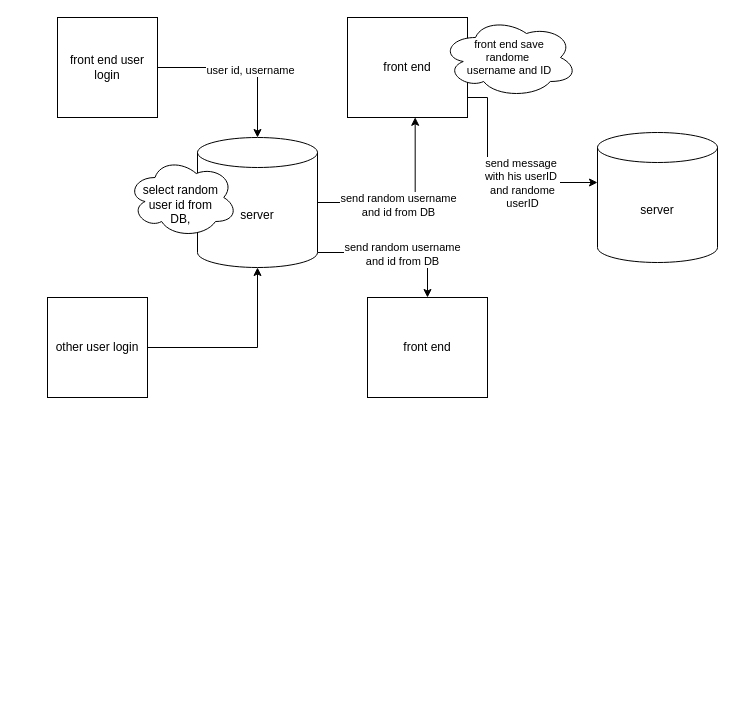
Earlier version of the draw.io diagram Untitled Diagram.drawio (rohitsx/omegle-clone). Source tidied: cells renumbered, new cells numbered last; positions are measured from the earlier drawing's top-left corner, leaving out a move shared by most shapes. Both pictures are drawn from the tidied source at 100%, with x=0, y=0 at pixel (47, 17).
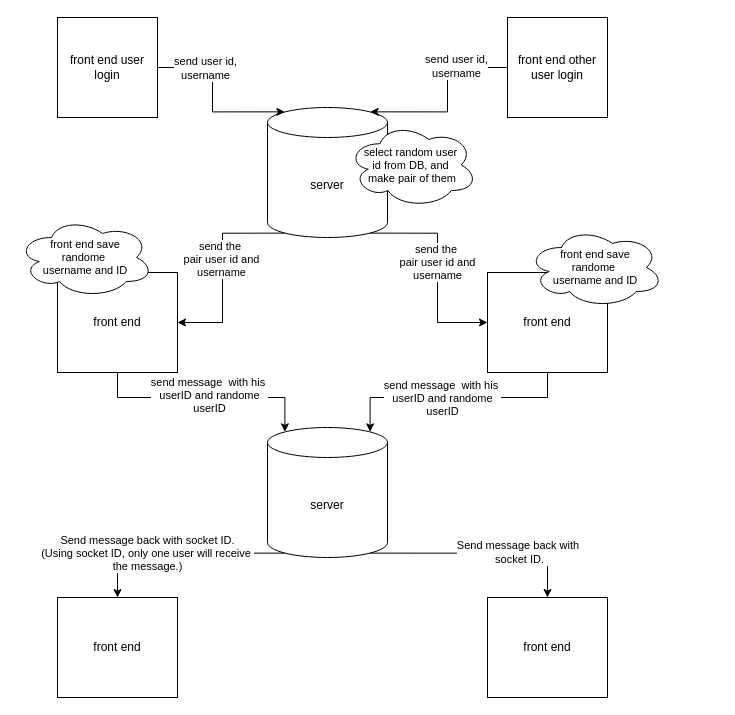
After the change.

Commit message:
completed the design for private message on system_design.drawio

The change refers to these unchanged cells:
```xml
<mxCell id="4" value="front end user login" style="whiteSpace=wrap;html=1;" parent="1" vertex="1">
  <mxGeometry x="10" width="100" height="100" as="geometry" />
</mxCell>
```

Change to the diagram source:
```diff
@@
-    <mxCell id="2" style="edgeStyle=orthogonalEdgeStyle;rounded=0;jettySize=auto;html=1;" parent="1" edge="1" source="4" target="7">
-      <mxGeometry relative="1" as="geometry" />
-    </mxCell>
-    <mxCell id="3" value="user id, username" style="edgeLabel;html=1;align=center;verticalAlign=middle;" parent="2" vertex="1">
-      <mxGeometry x="0.08" y="-2" relative="1" as="geometry" />
-    </mxCell>
@@
+    <mxCell id="12" style="edgeStyle=orthogonalEdgeStyle;rounded=0;jettySize=auto;html=1;exitX=0.145;exitY=1;exitDx=0;exitDy=-4.35;exitPerimeter=0;entryX=1;entryY=0.5;entryDx=0;entryDy=0;" parent="1" edge="1" source="7" target="11">
+      <mxGeometry relative="1" as="geometry" />
+    </mxCell>
+    <mxCell id="19" style="edgeLabel;html=1;align=center;verticalAlign=middle;" parent="12" vertex="1">
+      <mxGeometry x="-0.08" y="-1" relative="1" as="geometry" />
+    </mxCell>
+    <mxCell id="20" value="send the&amp;nbsp;&lt;div&gt;pair user id and&lt;/div&gt;&lt;div&gt;username&lt;/div&gt;" style="edgeLabel;html=1;align=center;verticalAlign=middle;" parent="12" vertex="1">
+      <mxGeometry x="-0.11" y="-2" relative="1" as="geometry" />
+    </mxCell>
-    <mxCell id="5" style="edgeStyle=orthogonalEdgeStyle;rounded=0;jettySize=auto;html=1;exitX=1;exitY=1;exitDx=0;exitDy=-15;exitPerimeter=0;" parent="1" edge="1" source="7" target="18">
+    <mxCell id="5" style="edgeStyle=orthogonalEdgeStyle;rounded=0;jettySize=auto;html=1;exitX=0.855;exitY=1;exitDx=0;exitDy=-4.35;exitPerimeter=0;entryX=0;entryY=0.5;entryDx=0;entryDy=0;" parent="1" edge="1" source="7" target="18">
       <mxGeometry relative="1" as="geometry" />
     </mxCell>
-    <mxCell id="6" value="send random username&lt;div&gt;and id from DB&lt;/div&gt;" style="edgeLabel;html=1;align=center;verticalAlign=middle;" parent="5" vertex="1">
-      <mxGeometry x="0.08" y="-1" relative="1" as="geometry" />
-    </mxCell>
+    <mxCell id="21" style="edgeLabel;html=1;align=center;verticalAlign=middle;" parent="5" vertex="1">
+      <mxGeometry x="0.07" y="-1" relative="1" as="geometry" />
+    </mxCell>
+    <mxCell id="22" value="send the&amp;nbsp;&lt;div&gt;pair user id and&lt;/div&gt;&lt;div&gt;username&lt;/div&gt;" style="edgeLabel;html=1;align=center;verticalAlign=middle;" parent="5" vertex="1">
+      <mxGeometry x="-0.07" y="-1" relative="1" as="geometry" />
+    </mxCell>
     <mxCell id="7" value="server" style="shape=cylinder3;whiteSpace=wrap;html=1;boundedLbl=1;backgroundOutline=1;size=15;" parent="1" vertex="1">
-      <mxGeometry x="150" y="120" width="120" height="130" as="geometry" />
+      <mxGeometry x="220" y="90" width="120" height="130" as="geometry" />
     </mxCell>
-    <mxCell id="8" value="&lt;div&gt;&lt;br&gt;&lt;/div&gt;select random&amp;nbsp;&lt;div&gt;user id from&amp;nbsp;&lt;/div&gt;&lt;div&gt;DB,&amp;nbsp;&lt;/div&gt;" style="ellipse;shape=cloud;whiteSpace=wrap;html=1;fontSize=12;" parent="1" vertex="1">
-      <mxGeometry x="80" y="140" width="110" height="80" as="geometry" />
+    <mxCell id="8" value="&lt;div style=&quot;font-size: 11px;&quot;&gt;&lt;span style=&quot;background-color: initial; font-size: 11px;&quot;&gt;select random&amp;nbsp;&lt;/span&gt;&lt;span style=&quot;background-color: initial; font-size: 11px;&quot;&gt;user&amp;nbsp;&lt;/span&gt;&lt;/div&gt;&lt;div style=&quot;font-size: 11px;&quot;&gt;&lt;span style=&quot;background-color: initial; font-size: 11px;&quot;&gt;id&amp;nbsp;&lt;/span&gt;&lt;span style=&quot;background-color: initial;&quot;&gt;from&amp;nbsp;&lt;/span&gt;&lt;span style=&quot;background-color: initial;&quot;&gt;DB, and&amp;nbsp;&lt;/span&gt;&lt;/div&gt;&lt;div style=&quot;font-size: 11px;&quot;&gt;&lt;span style=&quot;background-color: initial;&quot;&gt;make&amp;nbsp;&lt;/span&gt;&lt;span style=&quot;background-color: initial;&quot;&gt;pair of them&lt;/span&gt;&lt;/div&gt;" style="ellipse;shape=cloud;whiteSpace=wrap;html=1;fontSize=11;" parent="1" vertex="1">
+      <mxGeometry x="300" y="105" width="130" height="85" as="geometry" />
     </mxCell>
+    <mxCell id="11" value="front end" style="rounded=0;whiteSpace=wrap;html=1;" parent="1" vertex="1">
+      <mxGeometry x="10" y="255" width="120" height="100" as="geometry" />
+    </mxCell>
+    <mxCell id="14" value="&lt;div style=&quot;font-size: 11px;&quot;&gt;&lt;span style=&quot;background-color: initial;&quot;&gt;front end save&lt;/span&gt;&lt;br&gt;&lt;/div&gt;&lt;div style=&quot;font-size: 11px;&quot;&gt;&lt;font style=&quot;font-size: 11px;&quot;&gt;randome&amp;nbsp;&lt;/font&gt;&lt;/div&gt;&lt;div style=&quot;font-size: 11px;&quot;&gt;&lt;font style=&quot;font-size: 11px;&quot;&gt;username&amp;nbsp;&lt;/font&gt;&lt;span style=&quot;background-color: initial;&quot;&gt;and ID&lt;/span&gt;&lt;/div&gt;" style="ellipse;shape=cloud;whiteSpace=wrap;html=1;" parent="1" vertex="1">
+      <mxGeometry x="-30" y="200" width="136" height="80" as="geometry" />
+    </mxCell>
+    <mxCell id="23" style="edgeStyle=orthogonalEdgeStyle;rounded=0;jettySize=auto;html=1;exitX=0.145;exitY=1;exitDx=0;exitDy=-4.35;exitPerimeter=0;entryX=0.5;entryY=0;entryDx=0;entryDy=0;" parent="1" edge="1" source="15" target="35">
+      <mxGeometry relative="1" as="geometry" />
+    </mxCell>
+    <mxCell id="24" value="&lt;div&gt;Send message back with socket ID.&lt;/div&gt;&lt;div&gt;(Using socket ID, only one user will receive&amp;nbsp;&lt;/div&gt;&lt;div&gt;the message.)&lt;/div&gt;" style="edgeLabel;html=1;align=center;verticalAlign=middle;" parent="23" vertex="1">
+      <mxGeometry x="0.3" relative="1" as="geometry" />
+    </mxCell>
+    <mxCell id="25" style="edgeStyle=orthogonalEdgeStyle;rounded=0;jettySize=auto;html=1;exitX=0.855;exitY=1;exitDx=0;exitDy=-4.35;exitPerimeter=0;" parent="1" edge="1" source="15" target="36">
+      <mxGeometry relative="1" as="geometry" />
+    </mxCell>
+    <mxCell id="26" value="&lt;div&gt;Send message back with&amp;nbsp;&lt;/div&gt;&lt;div&gt;socket ID.&lt;/div&gt;" style="edgeLabel;html=1;align=center;verticalAlign=middle;" parent="25" vertex="1">
+      <mxGeometry x="0.34" y="1" relative="1" as="geometry" />
+    </mxCell>
+    <mxCell id="15" value="server" style="shape=cylinder3;whiteSpace=wrap;html=1;boundedLbl=1;backgroundOutline=1;size=15;" parent="1" vertex="1">
+      <mxGeometry x="220" y="410" width="120" height="130" as="geometry" />
+    </mxCell>
+    <mxCell id="18" value="front end" style="rounded=0;whiteSpace=wrap;html=1;" parent="1" vertex="1">
+      <mxGeometry x="440" y="255" width="120" height="100" as="geometry" />
+    </mxCell>
+    <mxCell id="27" value="front end other user login" style="whiteSpace=wrap;html=1;" parent="1" vertex="1">
+      <mxGeometry x="460" width="100" height="100" as="geometry" />
+    </mxCell>
+    <mxCell id="2" style="edgeStyle=orthogonalEdgeStyle;rounded=0;jettySize=auto;html=1;entryX=0.145;entryY=0;entryDx=0;entryDy=4.35;entryPerimeter=0;" parent="1" edge="1" source="4" target="7">
+      <mxGeometry relative="1" as="geometry" />
+    </mxCell>
+    <mxCell id="28" value="send user id,&lt;div&gt;username&lt;/div&gt;" style="edgeLabel;html=1;align=center;verticalAlign=middle;" parent="2" vertex="1">
+      <mxGeometry x="-0.45" relative="1" as="geometry" />
+    </mxCell>
+    <mxCell id="29" style="edgeStyle=orthogonalEdgeStyle;rounded=0;jettySize=auto;html=1;entryX=0.855;entryY=0;entryDx=0;entryDy=4.35;entryPerimeter=0;" parent="1" edge="1" source="27" target="7">
+      <mxGeometry relative="1" as="geometry" />
+    </mxCell>
+    <mxCell id="30" value="send user id,&lt;div&gt;username&lt;/div&gt;" style="edgeLabel;html=1;align=center;verticalAlign=middle;" parent="29" vertex="1">
+      <mxGeometry x="-0.43" y="-2" relative="1" as="geometry" />
+    </mxCell>
-    <mxCell id="9" style="edgeStyle=orthogonalEdgeStyle;rounded=0;jettySize=auto;html=1;exitX=1;exitY=1;exitDx=0;exitDy=0;" parent="1" edge="1" source="11" target="15">
+    <mxCell id="9" style="edgeStyle=orthogonalEdgeStyle;rounded=0;jettySize=auto;html=1;entryX=0.145;entryY=0;entryDx=0;entryDy=4.35;entryPerimeter=0;" parent="1" edge="1" source="11" target="15">
       <mxGeometry relative="1" as="geometry">
         <Array as="points">
-          <mxPoint x="420" y="80" />
-          <mxPoint x="440" y="80" />
-          <mxPoint x="440" y="165" />
+          <mxPoint x="70" y="380" />
+          <mxPoint x="237" y="380" />
         </Array>
       </mxGeometry>
     </mxCell>
-    <mxCell id="10" value="send message&amp;nbsp;&lt;div&gt;with his userID&amp;nbsp;&lt;/div&gt;&lt;div&gt;and randome&lt;/div&gt;&lt;div&gt;userID&lt;/div&gt;" style="edgeLabel;html=1;align=center;verticalAlign=middle;" parent="9" vertex="1">
-      <mxGeometry x="0.35" relative="1" as="geometry" />
-    </mxCell>
-    <mxCell id="11" value="front end" style="rounded=0;whiteSpace=wrap;html=1;" parent="1" vertex="1">
-      <mxGeometry x="300" width="120" height="100" as="geometry" />
-    </mxCell>
-    <mxCell id="12" style="edgeStyle=orthogonalEdgeStyle;rounded=0;jettySize=auto;html=1;entryX=0.564;entryY=0.998;entryDx=0;entryDy=0;entryPerimeter=0;" parent="1" edge="1" source="7" target="11">
-      <mxGeometry relative="1" as="geometry" />
-    </mxCell>
-    <mxCell id="13" value="send random username&lt;div&gt;and id from DB&lt;/div&gt;" style="edgeLabel;html=1;align=center;verticalAlign=middle;" parent="12" vertex="1">
-      <mxGeometry x="-0.13" y="-2" relative="1" as="geometry" />
-    </mxCell>
-    <mxCell id="14" value="&lt;div style=&quot;font-size: 11px;&quot;&gt;&lt;span style=&quot;background-color: initial;&quot;&gt;front end save&lt;/span&gt;&lt;br&gt;&lt;/div&gt;&lt;div style=&quot;font-size: 11px;&quot;&gt;&lt;font style=&quot;font-size: 11px;&quot;&gt;randome&amp;nbsp;&lt;/font&gt;&lt;/div&gt;&lt;div style=&quot;font-size: 11px;&quot;&gt;&lt;font style=&quot;font-size: 11px;&quot;&gt;username&amp;nbsp;&lt;/font&gt;&lt;span style=&quot;background-color: initial;&quot;&gt;and ID&lt;/span&gt;&lt;/div&gt;" style="ellipse;shape=cloud;whiteSpace=wrap;html=1;" parent="1" vertex="1">
-      <mxGeometry x="394" width="136" height="80" as="geometry" />
-    </mxCell>
-    <mxCell id="15" value="server" style="shape=cylinder3;whiteSpace=wrap;html=1;boundedLbl=1;backgroundOutline=1;size=15;" parent="1" vertex="1">
-      <mxGeometry x="550" y="115" width="120" height="130" as="geometry" />
-    </mxCell>
-    <mxCell id="16" value="other user login" style="whiteSpace=wrap;html=1;" parent="1" vertex="1">
-      <mxGeometry y="280" width="100" height="100" as="geometry" />
-    </mxCell>
-    <mxCell id="17" style="edgeStyle=orthogonalEdgeStyle;rounded=0;jettySize=auto;html=1;entryX=0.5;entryY=1;entryDx=0;entryDy=0;entryPerimeter=0;" parent="1" edge="1" source="16" target="7">
-      <mxGeometry relative="1" as="geometry" />
-    </mxCell>
-    <mxCell id="18" value="front end" style="rounded=0;whiteSpace=wrap;html=1;" parent="1" vertex="1">
-      <mxGeometry x="320" y="280" width="120" height="100" as="geometry" />
-    </mxCell>
+    <mxCell id="31" value="send message&amp;nbsp; with his&amp;nbsp;&lt;div&gt;userID and randome&lt;div&gt;userID&lt;/div&gt;&lt;/div&gt;" style="edgeLabel;html=1;align=center;verticalAlign=middle;" parent="9" vertex="1">
+      <mxGeometry x="0.02" y="3" relative="1" as="geometry" />
+    </mxCell>
+    <mxCell id="32" style="edgeStyle=orthogonalEdgeStyle;rounded=0;jettySize=auto;html=1;entryX=0.855;entryY=0;entryDx=0;entryDy=4.35;entryPerimeter=0;" parent="1" edge="1" source="18" target="15">
+      <mxGeometry relative="1" as="geometry">
+        <Array as="points">
+          <mxPoint x="500" y="380" />
+          <mxPoint x="323" y="380" />
+        </Array>
+      </mxGeometry>
+    </mxCell>
+    <mxCell id="33" value="send message&amp;nbsp; with his&amp;nbsp;&lt;div&gt;userID and randome&lt;div&gt;userID&lt;/div&gt;&lt;/div&gt;" style="edgeLabel;html=1;align=center;verticalAlign=middle;" parent="32" vertex="1">
+      <mxGeometry x="0.11" relative="1" as="geometry" />
+    </mxCell>
+    <mxCell id="34" value="&lt;div style=&quot;font-size: 11px;&quot;&gt;&lt;span style=&quot;background-color: initial;&quot;&gt;front end save&lt;/span&gt;&lt;br&gt;&lt;/div&gt;&lt;div style=&quot;font-size: 11px;&quot;&gt;&lt;font style=&quot;font-size: 11px;&quot;&gt;randome&amp;nbsp;&lt;/font&gt;&lt;/div&gt;&lt;div style=&quot;font-size: 11px;&quot;&gt;&lt;font style=&quot;font-size: 11px;&quot;&gt;username&amp;nbsp;&lt;/font&gt;&lt;span style=&quot;background-color: initial;&quot;&gt;and ID&lt;/span&gt;&lt;/div&gt;" style="ellipse;shape=cloud;whiteSpace=wrap;html=1;" parent="1" vertex="1">
+      <mxGeometry x="480" y="210" width="136" height="80" as="geometry" />
+    </mxCell>
+    <mxCell id="35" value="front end" style="rounded=0;whiteSpace=wrap;html=1;" parent="1" vertex="1">
+      <mxGeometry x="10" y="580" width="120" height="100" as="geometry" />
+    </mxCell>
+    <mxCell id="36" value="front end" style="rounded=0;whiteSpace=wrap;html=1;" parent="1" vertex="1">
+      <mxGeometry x="440" y="580" width="120" height="100" as="geometry" />
+    </mxCell>
```
